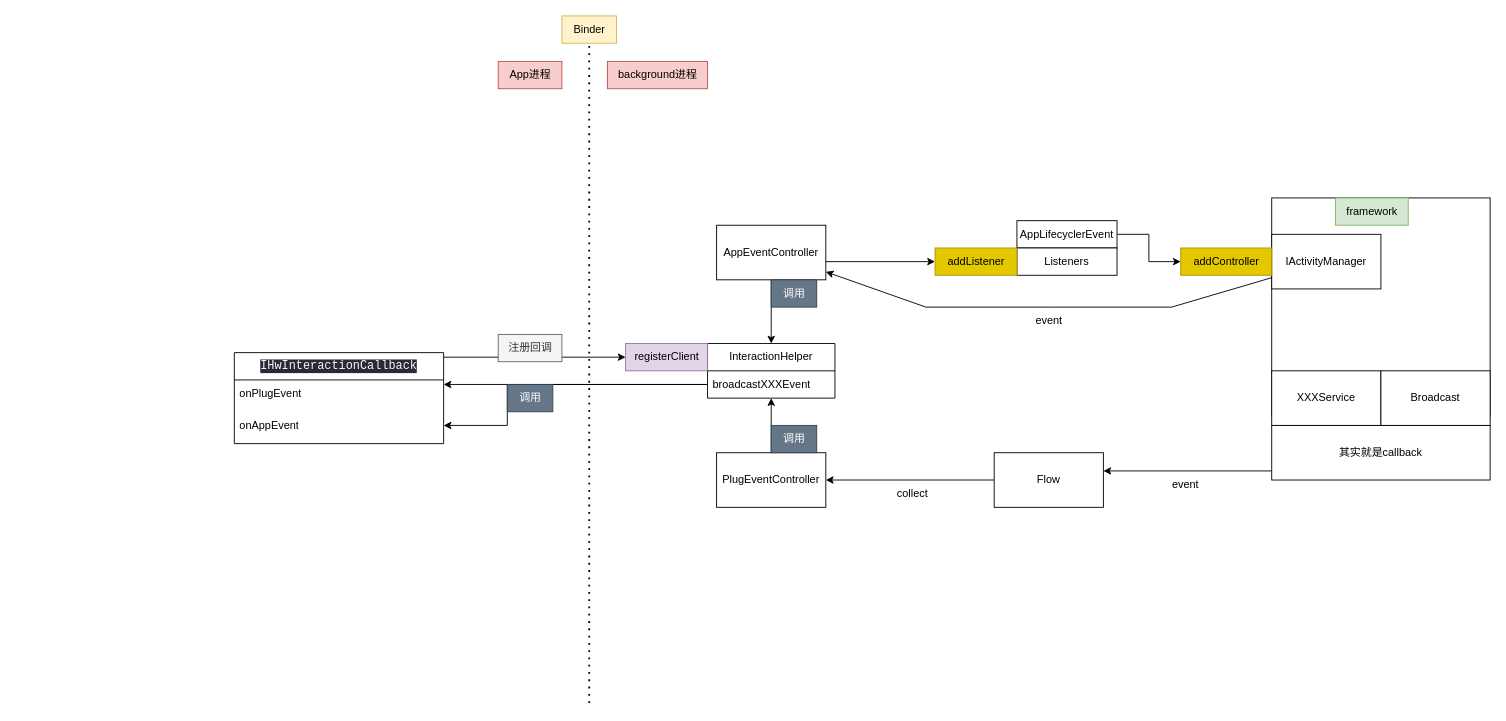
JeckOnly/passage keeps this draw.io diagram as 脑图/hyy/未命名绘图.drawio. Above is the earlier version. Source tidied: cells renumbered, new cells numbered last; positions are measured from the earlier drawing's top-left corner, leaving out a move shared by most shapes. Both pictures are drawn from the tidied source at 91%, with x=0, y=0 at pixel (234, 15).
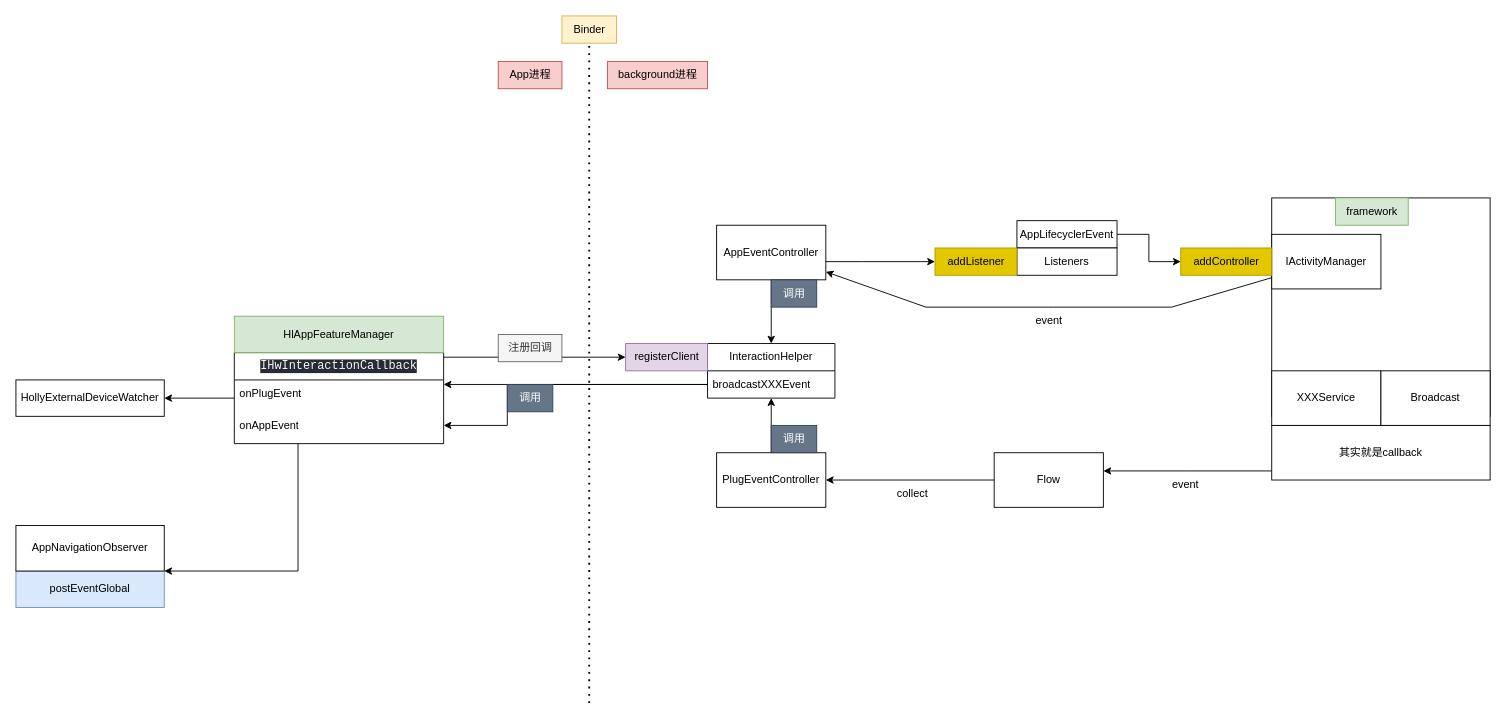
The same diagram, later.

Commit message:
更新未命名绘图.drawio

The change refers to these unchanged cells:
```xml
<mxCell id="25" value="onPlugEvent" style="text;strokeColor=none;fillColor=none;align=left;verticalAlign=middle;spacingLeft=4;spacingRight=4;overflow=hidden;points=[[0,0.5],[1,0.5]];portConstraint=eastwest;whiteSpace=wrap;html=1;" parent="24" vertex="1">
  <mxGeometry y="30" width="230" height="30" as="geometry" />
</mxCell>
<mxCell id="26" value="onAppEvent" style="text;strokeColor=none;fillColor=none;align=left;verticalAlign=middle;spacingLeft=4;spacingRight=4;overflow=hidden;points=[[0,0.5],[1,0.5]];portConstraint=eastwest;whiteSpace=wrap;html=1;" parent="24" vertex="1">
  <mxGeometry y="60" width="230" height="40" as="geometry" />
</mxCell>
```

Diff of the diagram source:
```diff
@@
+    <mxCell id="42" value="HlAppFeatureManager" style="whiteSpace=wrap;html=1;fillColor=#d5e8d4;strokeColor=#82b366;" parent="1" vertex="1">
+      <mxGeometry y="330" width="230" height="40" as="geometry" />
+    </mxCell>
+    <mxCell id="43" value="postEventGlobal" style="rounded=0;whiteSpace=wrap;html=1;fillColor=#dae8fc;strokeColor=#6c8ebf;" parent="1" vertex="1">
+      <mxGeometry x="-240" y="610" width="163" height="40" as="geometry" />
+    </mxCell>
+    <mxCell id="44" style="edgeStyle=orthogonalEdgeStyle;rounded=0;jettySize=auto;html=1;" parent="1" edge="1" source="26" target="43">
+      <mxGeometry relative="1" as="geometry">
+        <Array as="points">
+          <mxPoint x="70" y="610" />
+        </Array>
+      </mxGeometry>
+    </mxCell>
+    <mxCell id="45" value="AppNavigationObserver" style="rounded=0;whiteSpace=wrap;html=1;" parent="1" vertex="1">
+      <mxGeometry x="-240" y="560" width="163" height="50" as="geometry" />
+    </mxCell>
+    <mxCell id="46" value="HollyExternalDeviceWatcher" style="rounded=0;whiteSpace=wrap;html=1;" parent="1" vertex="1">
+      <mxGeometry x="-240" y="400" width="163" height="40" as="geometry" />
+    </mxCell>
+    <mxCell id="47" style="edgeStyle=orthogonalEdgeStyle;rounded=0;jettySize=auto;html=1;" parent="1" edge="1" source="25" target="46">
+      <mxGeometry relative="1" as="geometry">
+        <Array as="points">
+          <mxPoint x="-40" y="420" />
+          <mxPoint x="-40" y="420" />
+        </Array>
+      </mxGeometry>
+    </mxCell>
```
